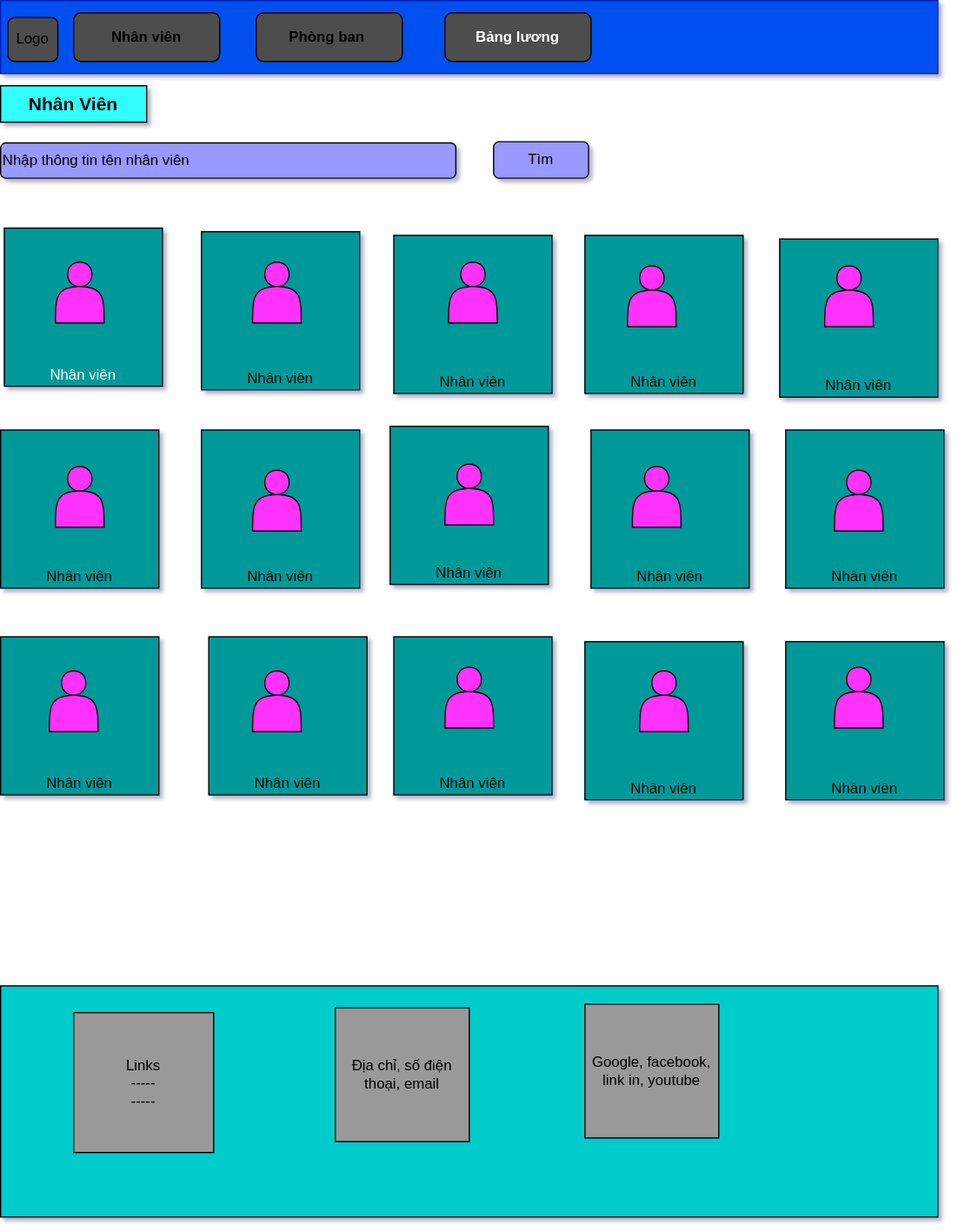
Before: DRAWIO/staff.drawio.svg, a diagram exported from draw.io (ktkthuong/Funix-React-Lab). Source tidied: cells renumbered, new cells last; positions are measured from the earlier drawing's top-left corner, leaving out a move shared by most shapes.
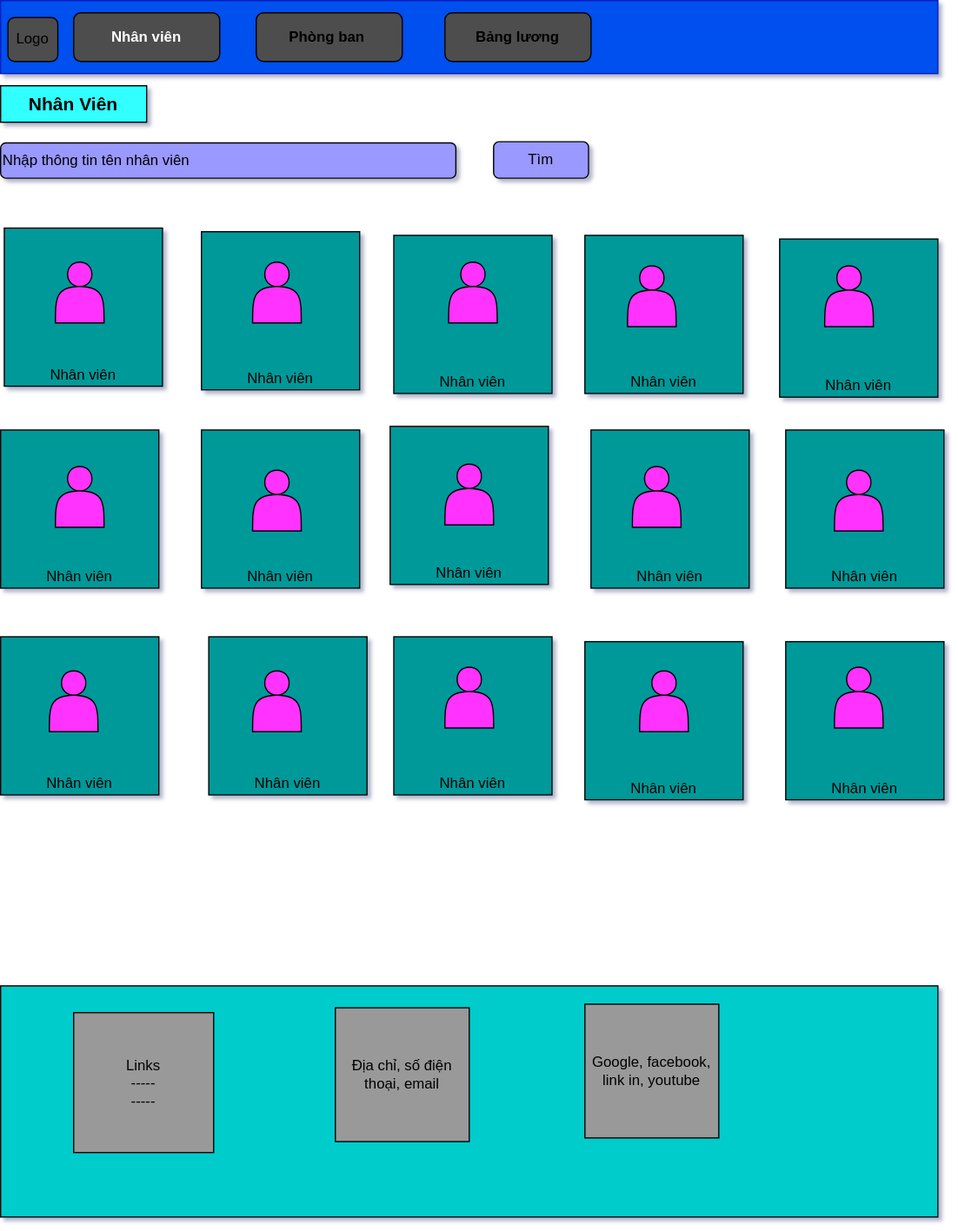
Later version of the same file.

Diff of the diagram source:
```diff
@@ -5,16 +5,16 @@
     <mxCell id="2" style="rounded=0;whiteSpace=wrap;html=1;fillColor=#0050ef;fontColor=#ffffff;strokeColor=#001DBC;" parent="1" vertex="1">
       <mxGeometry width="770" height="60" as="geometry" />
     </mxCell>
-    <mxCell id="3" value="Nhân viên" style="rounded=1;whiteSpace=wrap;html=1;fontStyle=1;fillColor=#4D4D4D;" parent="1" vertex="1">
+    <mxCell id="3" value="&lt;font color=&quot;#ffffff&quot;&gt;Nhân viên&lt;/font&gt;" style="rounded=1;whiteSpace=wrap;html=1;fontStyle=1;fillColor=#4D4D4D;" parent="1" vertex="1">
       <mxGeometry x="60" y="10" width="120" height="40" as="geometry" />
     </mxCell>
     <mxCell id="4" value="Phòng ban&lt;span style=&quot;white-space: pre&quot;&gt; &lt;/span&gt;" style="rounded=1;whiteSpace=wrap;html=1;fontStyle=1;fillColor=#4D4D4D;" parent="1" vertex="1">
       <mxGeometry x="210" y="10" width="120" height="40" as="geometry" />
     </mxCell>
-    <mxCell id="5" value="Bảng lương" style="rounded=1;whiteSpace=wrap;html=1;fontStyle=1;fillColor=#4D4D4D;fontColor=#FFFFFF;" parent="1" vertex="1">
+    <mxCell id="5" value="&lt;font color=&quot;#000000&quot;&gt;Bảng lương&lt;/font&gt;" style="rounded=1;whiteSpace=wrap;html=1;fontStyle=1;fillColor=#4D4D4D;fontColor=#FFFFFF;" parent="1" vertex="1">
       <mxGeometry x="365" y="10" width="120" height="40" as="geometry" />
     </mxCell>
-    <mxCell id="6" value="Nhân viên" style="whiteSpace=wrap;html=1;labelBackgroundColor=none;labelBorderColor=none;verticalAlign=bottom;fillColor=#009999;fontColor=#FFFFFF;" parent="1" vertex="1">
+    <mxCell id="6" value="&lt;font color=&quot;#000000&quot;&gt;Nhân viên&lt;/font&gt;" style="whiteSpace=wrap;html=1;labelBackgroundColor=none;labelBorderColor=none;verticalAlign=bottom;fillColor=#009999;fontColor=#FFFFFF;" parent="1" vertex="1">
       <mxGeometry x="3" y="187" width="130" height="130" as="geometry" />
     </mxCell>
     <mxCell id="7" style="shape=actor;whiteSpace=wrap;html=1;labelBackgroundColor=#33FFFF;labelBorderColor=#000099;fillColor=#FF33FF;" parent="1" vertex="1">
```
